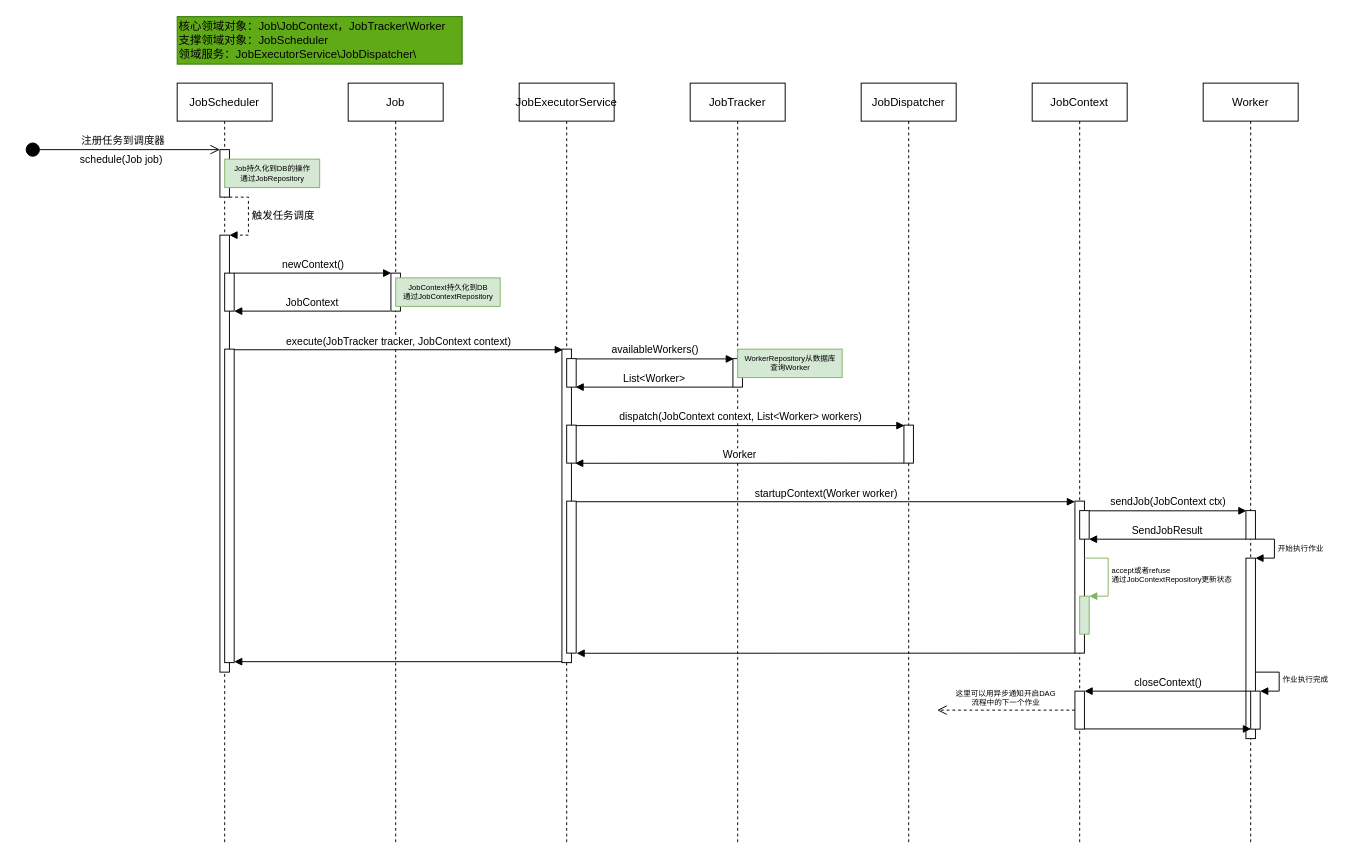
Above: docs/任务下发主流程.drawio in limbo-world/flowjob (draw.io), before the change. Source tidied: cells renumbered, new cells numbered last; positions are measured from the earlier drawing's top-left corner, leaving out a move shared by most shapes. Both pictures are drawn from the tidied source at 95%, with x=0, y=0 at pixel (25, 16).
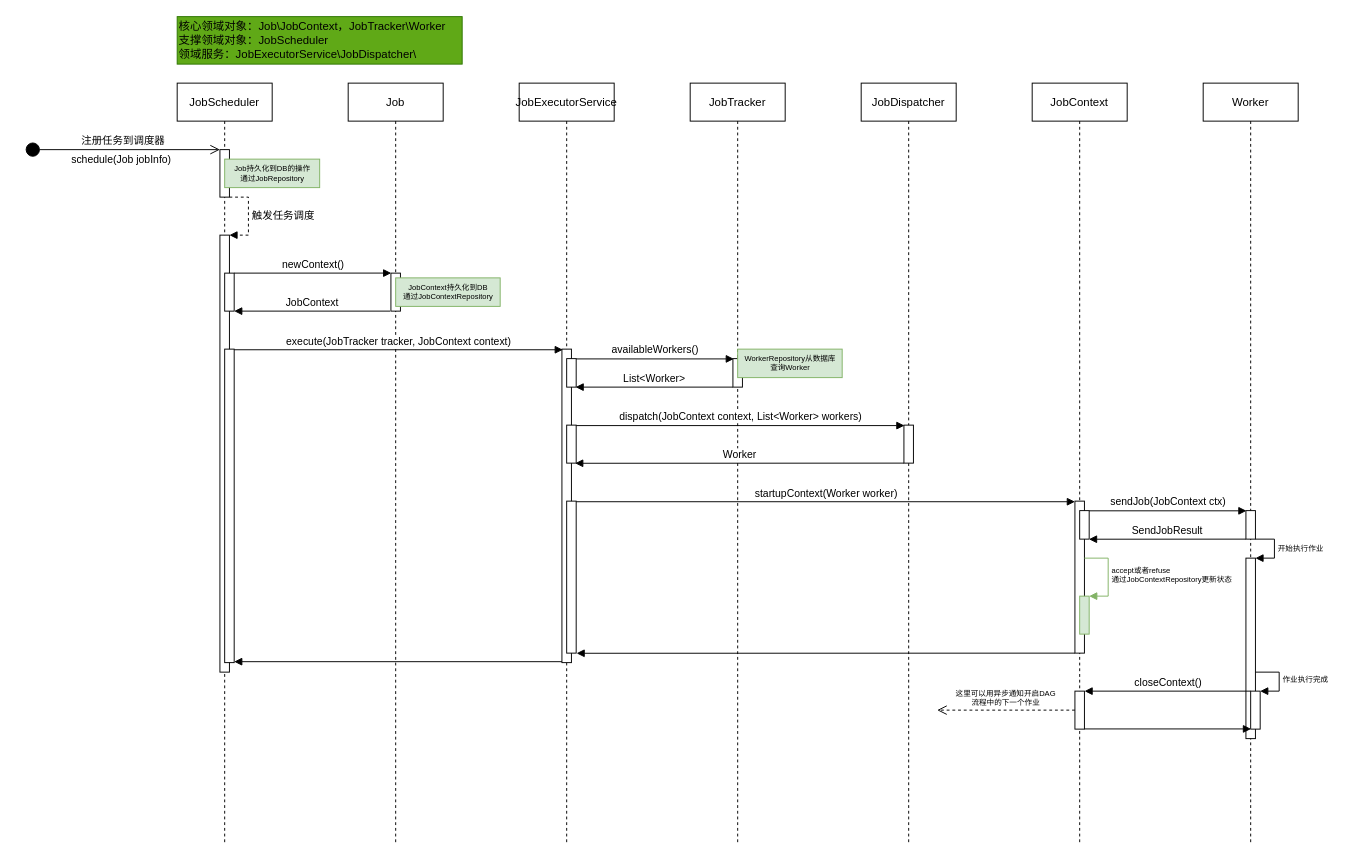
Above is the later version.

Unchanged cells that the change refers to:
```xml
<mxCell id="15" value="注册任务到调度器" style="html=1;verticalAlign=bottom;startArrow=circle;startFill=1;endArrow=open;startSize=6;endSize=8;" parent="1" edge="1" target="18">
  <mxGeometry relative="1" as="geometry">
    <mxPoint y="140" as="sourcePoint" />
  </mxGeometry>
</mxCell>
```

Change to the diagram source:
```diff
@@
-    <mxCell id="16" value="schedule(Job job)" style="edgeLabel;html=1;align=center;verticalAlign=middle;" parent="15" vertex="1">
+    <mxCell id="16" value="schedule(Job jobInfo)" style="edgeLabel;html=1;align=center;verticalAlign=middle;" parent="15" vertex="1">
       <mxGeometry x="0.39" y="-1" relative="1" as="geometry">
         <mxPoint x="-41.9" y="9" as="offset" />
       </mxGeometry>
     </mxCell>
```
